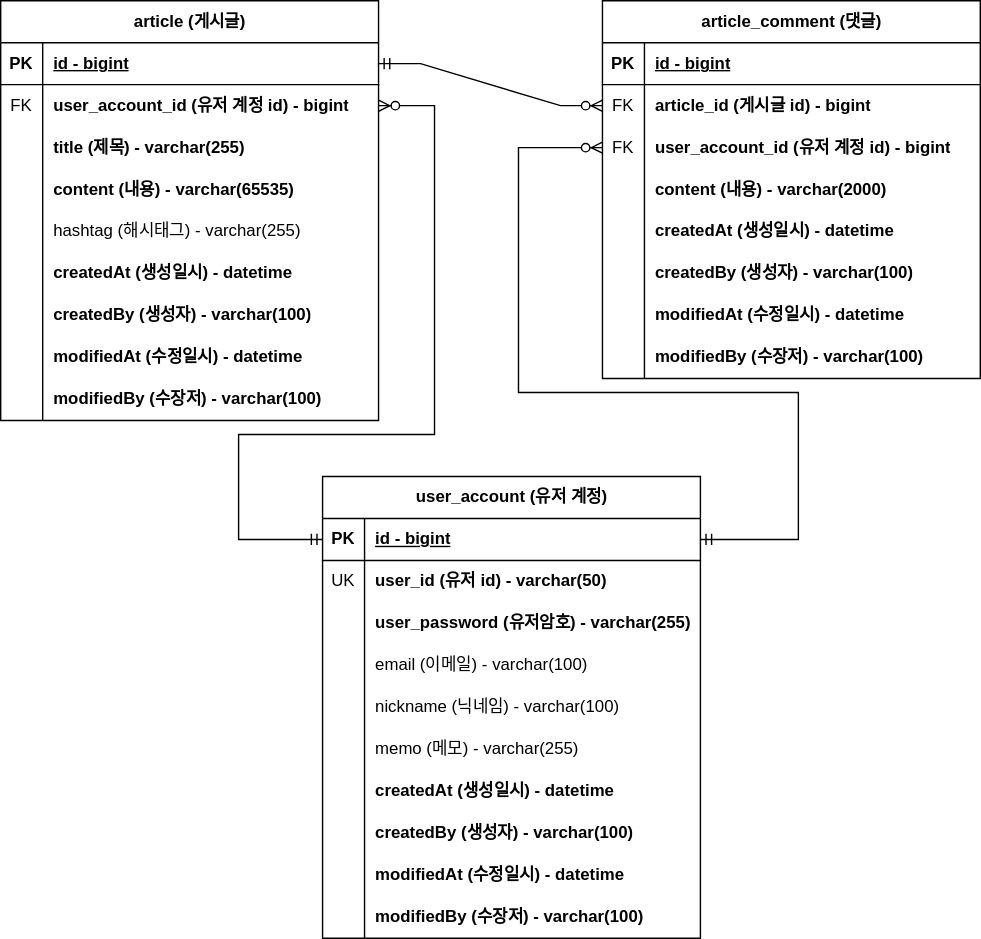
Before: document/project-board-erd.svg, a diagram exported from draw.io (B-joon/fastcampus-project-board). Source tidied: cells renumbered, new cells last; positions are measured from the earlier drawing's top-left corner, leaving out a move shared by most shapes.
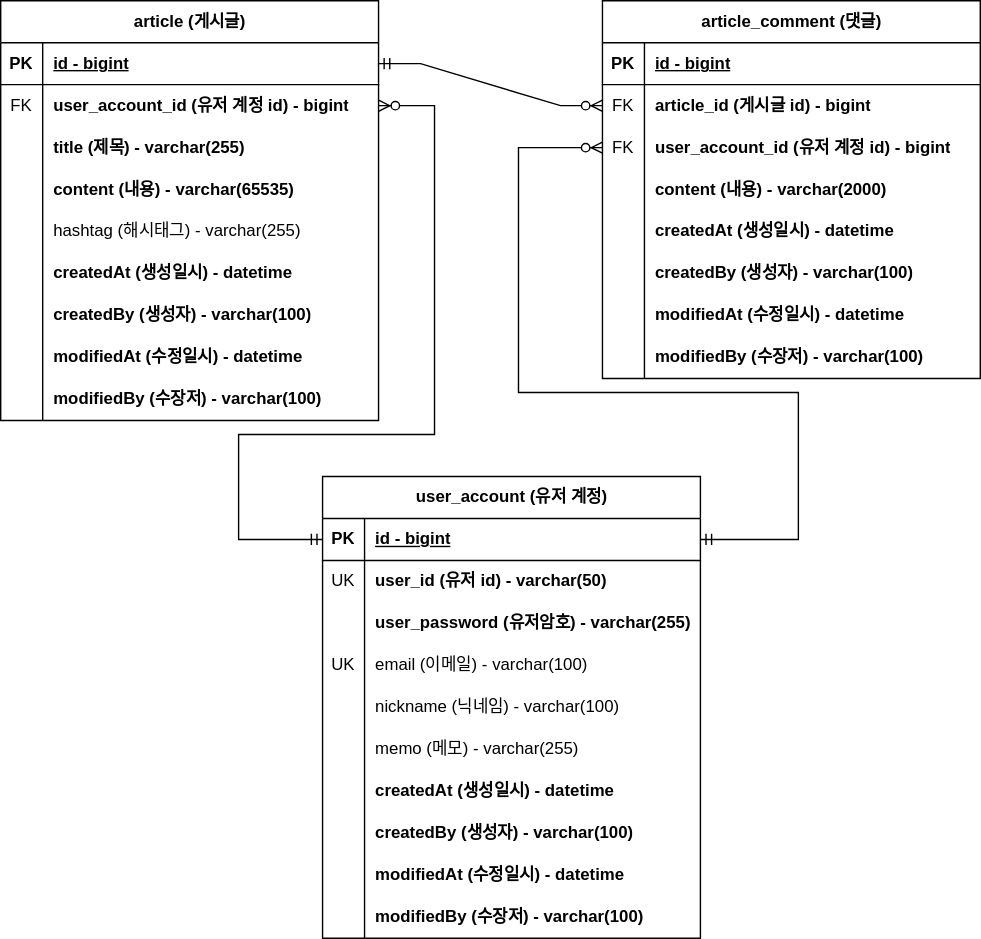
Above is the later version.

Commit message:
#35 - erd 업데이트: 회원 계정 도메인의 이메일에 유니크 키 추가

The edit, as a diff of the source:
```diff
@@ -119,7 +119,7 @@
     <mxCell id="40" style="shape=tableRow;horizontal=0;startSize=0;swimlaneHead=0;swimlaneBody=0;fillColor=none;top=0;left=0;right=0;bottom=0;" parent="30" vertex="1">
       <mxGeometry y="120" width="270" height="30" as="geometry" />
     </mxCell>
-    <mxCell id="41" style="shape=partialRectangle;fillColor=none;top=0;left=0;bottom=0;right=0;overflow=hidden;whiteSpace=wrap;html=1;" parent="40" vertex="1">
+    <mxCell id="41" value="UK" style="shape=partialRectangle;fillColor=none;top=0;left=0;bottom=0;right=0;overflow=hidden;whiteSpace=wrap;html=1;" parent="40" vertex="1">
       <mxGeometry width="30" height="30" as="geometry" />
     </mxCell>
     <mxCell id="42" value="email (이메일) - varchar(100)" style="shape=partialRectangle;fillColor=none;top=0;left=0;bottom=0;right=0;align=left;spacingLeft=6;overflow=hidden;whiteSpace=wrap;html=1;" parent="40" vertex="1">
```
